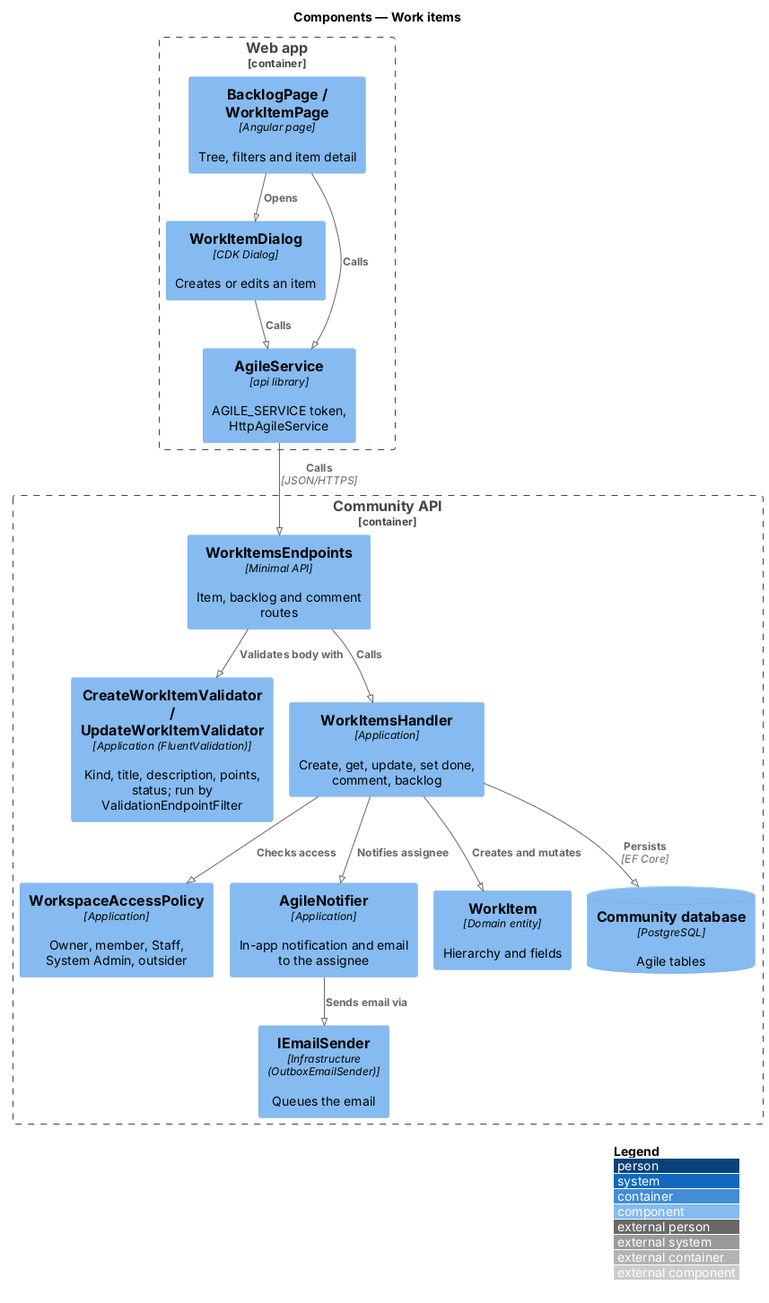
Earlier version of the PlantUML export docs/detailed-designs/agile/work-items/diagrams/c4-component.png (QuinntyneBrown/faithtech-community). Source of this version:
```plantuml
@startuml
!pragma layout smetana
!include <C4/C4_Component>
LAYOUT_WITH_LEGEND()
title Components — Work items

Container_Boundary(web, "Web app") {
  Component(page, "BacklogPage / WorkItemPage", "Angular page", "Tree, filters and item detail")
  Component(dlg, "WorkItemDialog", "CDK Dialog", "Creates or edits an item")
  Component(svc, "AgileService", "api library", "AGILE_SERVICE token, HttpAgileService")
}
Container_Boundary(api, "Community API") {
  Component(ep, "WorkItemsEndpoints", "Minimal API", "Item, backlog and comment routes")
  Component(val, "CreateWorkItemValidator / UpdateWorkItemValidator", "Application (FluentValidation)", "Kind, title, description, points, status; run by ValidationEndpointFilter")
  Component(h, "WorkItemsHandler", "Application", "Create, get, update, set done, comment, backlog")
  Component(pol, "WorkspaceAccessPolicy", "Application", "Owner, member, Staff, System Admin, outsider")
  Component(ntf, "AgileNotifier", "Application", "In-app notification and email to the assignee")
  Component(ent, "WorkItem", "Domain entity", "Hierarchy and fields")
  Component(mail, "IEmailSender", "Infrastructure (OutboxEmailSender)", "Queues the email")
  ComponentDb(db, "Community database", "PostgreSQL", "Agile tables")
}

Rel(page, dlg, "Opens")
Rel(page, svc, "Calls")
Rel(dlg, svc, "Calls")
Rel(svc, ep, "Calls", "JSON/HTTPS")
Rel(ep, val, "Validates body with")
Rel(ep, h, "Calls")
Rel(h, pol, "Checks access")
Rel(h, ent, "Creates and mutates")
Rel(h, ntf, "Notifies assignee")
Rel(ntf, mail, "Sends email via")
Rel(h, db, "Persists", "EF Core")
@enduml
```
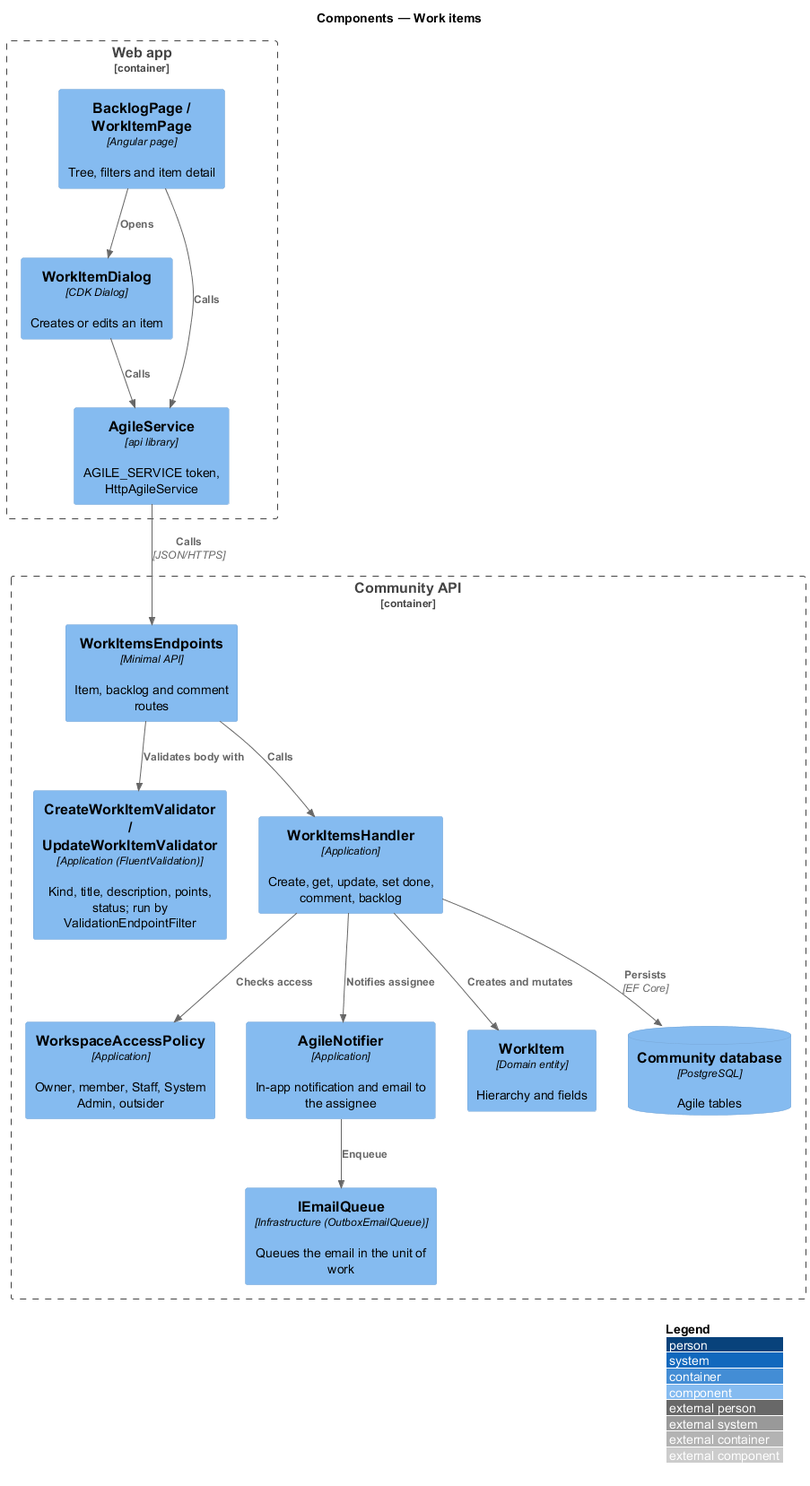
The same diagram one commit later.

Diff of the diagram source:
```diff
@@ -1,5 +1,4 @@
 @startuml
-!pragma layout smetana
 !include <C4/C4_Component>
 LAYOUT_WITH_LEGEND()
 title Components — Work items
@@ -16,7 +15,7 @@
   Component(pol, "WorkspaceAccessPolicy", "Application", "Owner, member, Staff, System Admin, outsider")
   Component(ntf, "AgileNotifier", "Application", "In-app notification and email to the assignee")
   Component(ent, "WorkItem", "Domain entity", "Hierarchy and fields")
-  Component(mail, "IEmailSender", "Infrastructure (OutboxEmailSender)", "Queues the email")
+  Component(mail, "IEmailQueue", "Infrastructure (OutboxEmailQueue)", "Queues the email in the unit of work")
   ComponentDb(db, "Community database", "PostgreSQL", "Agile tables")
 }
 
@@ -29,6 +28,6 @@
 Rel(h, pol, "Checks access")
 Rel(h, ent, "Creates and mutates")
 Rel(h, ntf, "Notifies assignee")
-Rel(ntf, mail, "Sends email via")
+Rel(ntf, mail, "Enqueue")
 Rel(h, db, "Persists", "EF Core")
 @enduml
```
